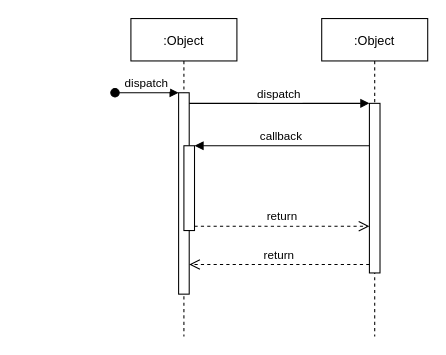
tyraelHqy/drawio_library keeps this draw.io diagram as 商品选择组件2_0.drawio. Above is the earlier version. Source tidied: cells renumbered, new cells numbered last; positions are measured from the earlier drawing's top-left corner, leaving out a move shared by most shapes. Both pictures are drawn from the tidied source at 106%, with x=0, y=0 at pixel (114, 18).
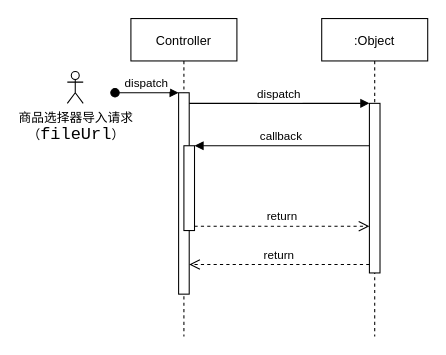
Above is the later version.

Commit message:
更新商品选择组件2_0.drawio

The edit, as a diff of the source:
```diff
@@
 <mxGraphModel>
   <root>
     <mxCell id="0" />
     <mxCell id="1" parent="0" />
-    <mxCell id="2" value=":Object" style="shape=umlLifeline;perimeter=lifelinePerimeter;rounded=0;shadow=0;strokeWidth=1;" parent="1" vertex="1">
+    <mxCell id="2" value="Controller" style="shape=umlLifeline;perimeter=lifelinePerimeter;rounded=0;shadow=0;strokeWidth=1;" parent="1" vertex="1">
       <mxGeometry x="15" width="100" height="300" as="geometry" />
     </mxCell>
     <mxCell id="3" style="points=[];perimeter=orthogonalPerimeter;rounded=0;shadow=0;strokeWidth=1;" parent="2" vertex="1">
       <mxGeometry x="45" y="70" width="10" height="190" as="geometry" />
     </mxCell>
     <mxCell id="4" value="dispatch" style="verticalAlign=bottom;startArrow=oval;endArrow=block;startSize=8;shadow=0;strokeWidth=1;" parent="2" edge="1" target="3">
       <mxGeometry relative="1" as="geometry">
         <mxPoint x="-15" y="70" as="sourcePoint" />
       </mxGeometry>
     </mxCell>
     <mxCell id="5" style="points=[];perimeter=orthogonalPerimeter;rounded=0;shadow=0;strokeWidth=1;" parent="2" vertex="1">
       <mxGeometry x="50" y="120" width="10" height="80" as="geometry" />
     </mxCell>
     <mxCell id="6" value=":Object" style="shape=umlLifeline;perimeter=lifelinePerimeter;rounded=0;shadow=0;strokeWidth=1;" parent="1" vertex="1">
       <mxGeometry x="195" width="100" height="300" as="geometry" />
     </mxCell>
     <mxCell id="7" style="points=[];perimeter=orthogonalPerimeter;rounded=0;shadow=0;strokeWidth=1;" parent="6" vertex="1">
       <mxGeometry x="45" y="80" width="10" height="160" as="geometry" />
     </mxCell>
     <mxCell id="8" value="return" style="verticalAlign=bottom;endArrow=open;dashed=1;endSize=8;exitX=0;exitY=0.95;shadow=0;strokeWidth=1;" parent="1" edge="1" source="7" target="3">
       <mxGeometry relative="1" as="geometry" />
     </mxCell>
     <mxCell id="9" value="dispatch" style="verticalAlign=bottom;endArrow=block;entryX=0;entryY=0;shadow=0;strokeWidth=1;" parent="1" edge="1" source="3" target="7">
       <mxGeometry relative="1" as="geometry" />
     </mxCell>
     <mxCell id="10" value="callback" style="verticalAlign=bottom;endArrow=block;entryX=1;entryY=0;shadow=0;strokeWidth=1;" parent="1" edge="1" source="7" target="5">
       <mxGeometry relative="1" as="geometry" />
     </mxCell>
     <mxCell id="11" value="return" style="verticalAlign=bottom;endArrow=open;dashed=1;endSize=8;exitX=1;exitY=0.95;shadow=0;strokeWidth=1;" parent="1" edge="1" source="5" target="7">
       <mxGeometry relative="1" as="geometry" />
     </mxCell>
+    <mxCell id="12" value="商品选择器导入请求&lt;br&gt;（&lt;span style=&quot;font-family: &amp;#34;jetbrains mono&amp;#34; , monospace ; font-size: 12pt&quot;&gt;fileUrl&lt;/span&gt;&lt;span&gt;）&lt;/span&gt;" style="shape=umlActor;verticalLabelPosition=bottom;verticalAlign=top;html=1;" parent="1" vertex="1">
+      <mxGeometry x="-45" y="50" width="15" height="30" as="geometry" />
+    </mxCell>
   </root>
 </mxGraphModel>
```
